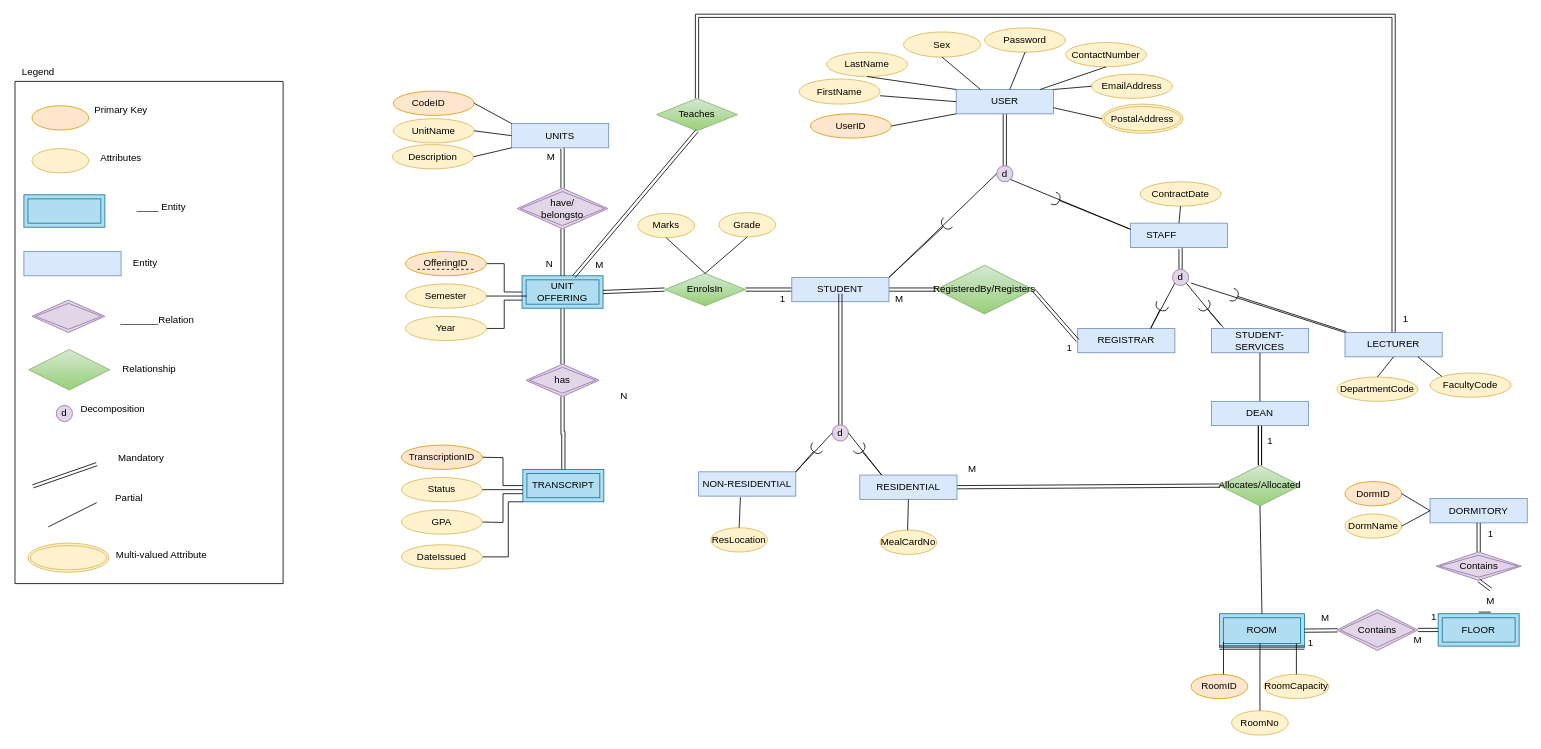
Nash230/IS403SystemsAnalysis-Design_MP keeps this draw.io diagram as page "Enhanced ER Diagram" (3 of 3) of Untitled Diagram.drawio. Above is the earlier version. Source tidied: cells renumbered, new cells numbered last; positions are measured from the earlier drawing's top-left corner, leaving out a move shared by most shapes. Both pictures are drawn from the tidied source at 81%, with x=0, y=0 at pixel (14, 15).
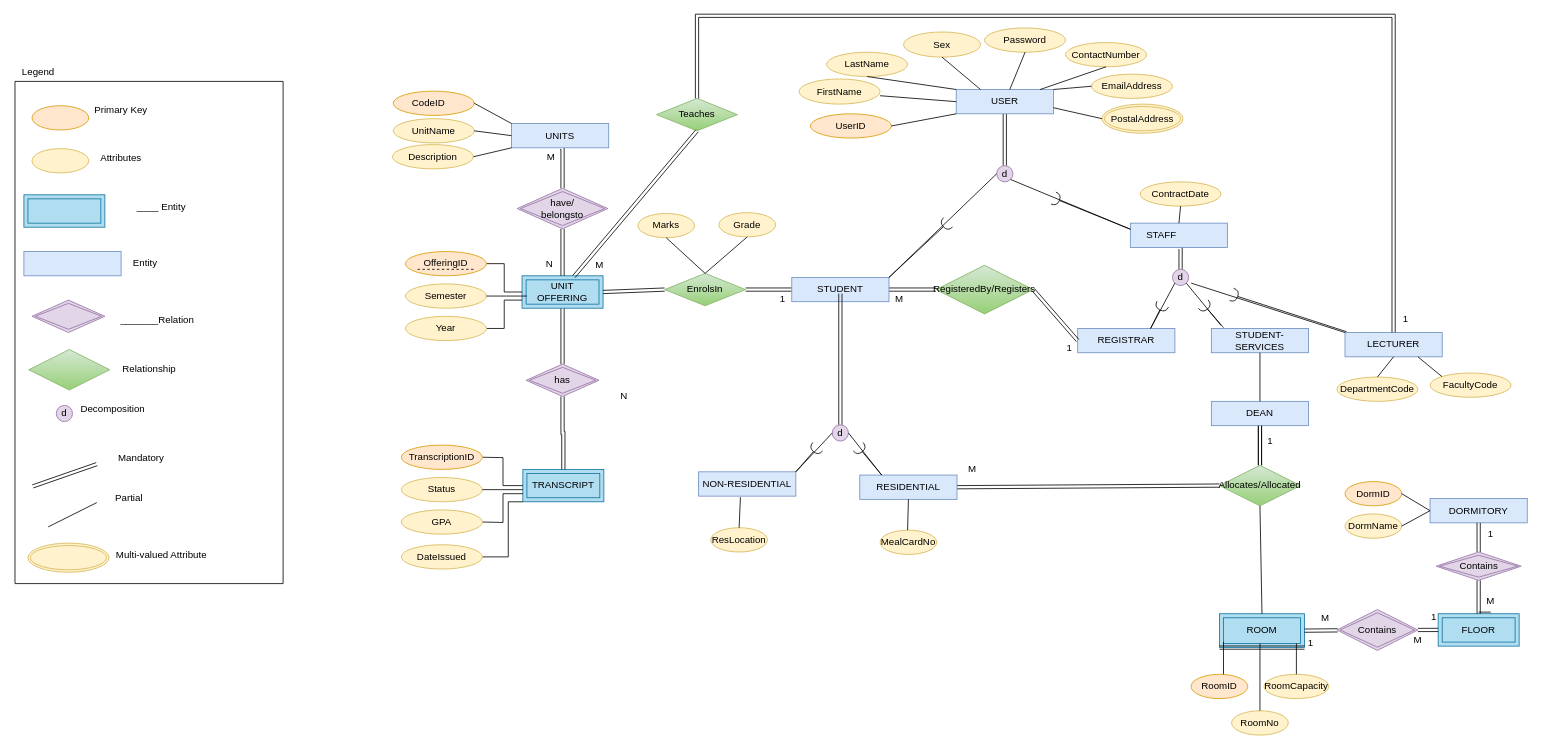
After the change.

Unchanged cells that the change refers to:
```xml
<mxCell id="97" value="Contains" style="shape=rhombus;double=1;perimeter=rhombusPerimeter;whiteSpace=wrap;html=1;align=center;fillColor=#e1d5e7;strokeColor=#9673a6;" parent="1" vertex="1">
  <mxGeometry x="1755.5" y="662" width="105" height="35" as="geometry" />
</mxCell>
<mxCell id="168" value="M" style="text;html=1;whiteSpace=wrap;strokeColor=none;fillColor=none;align=center;verticalAlign=middle;rounded=0;" parent="1" vertex="1">
  <mxGeometry x="1793" y="708.2" width="60" height="30" as="geometry" />
</mxCell>
```

Diff of the diagram source:
```diff
@@
-    <mxCell id="167" style="edgeStyle=none;shape=link;rounded=0;jettySize=auto;html=1;exitX=0.5;exitY=1;exitDx=0;exitDy=0;entryX=0.5;entryY=0;entryDx=0;entryDy=0;" parent="1" edge="1" source="97" target="168">
+    <mxCell id="167" style="edgeStyle=none;shape=link;rounded=0;jettySize=auto;html=1;exitX=0.5;exitY=1;exitDx=0;exitDy=0;entryX=0.25;entryY=1;entryDx=0;entryDy=0;" parent="1" edge="1" source="97" target="168">
       <mxGeometry relative="1" as="geometry" />
     </mxCell>
```
